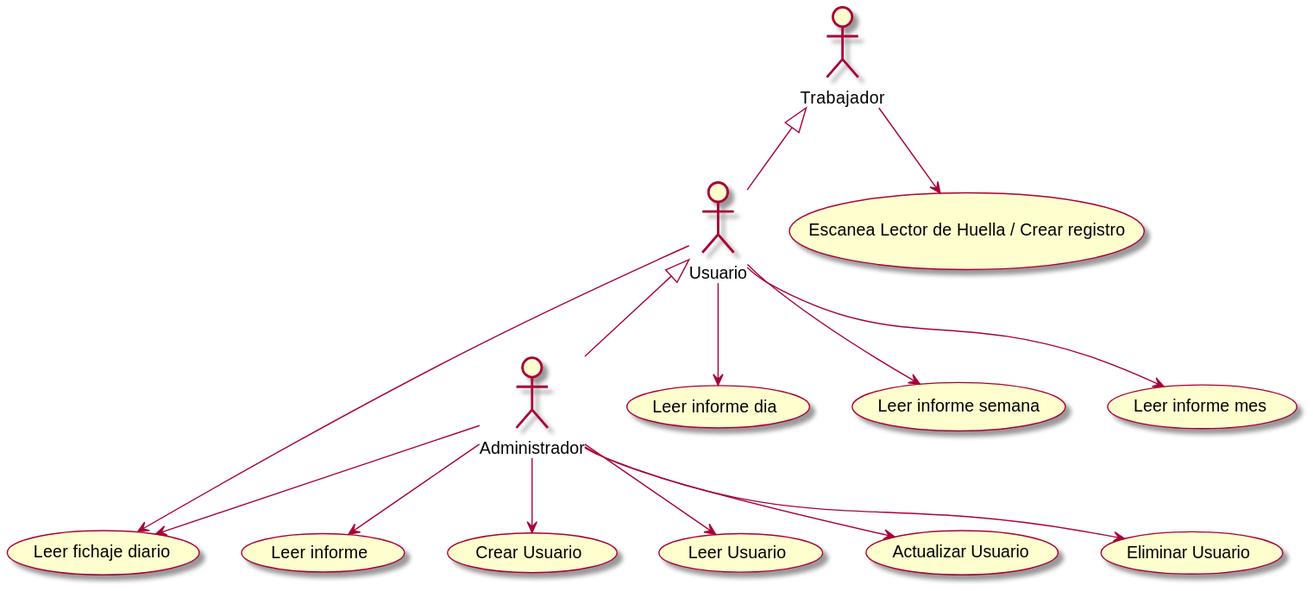
The PlantUML diagram imagenes/casosDeUso/diagramaCasosDeUso.svg in mmasias/23-24-IdSw1-SDR, before a commit.
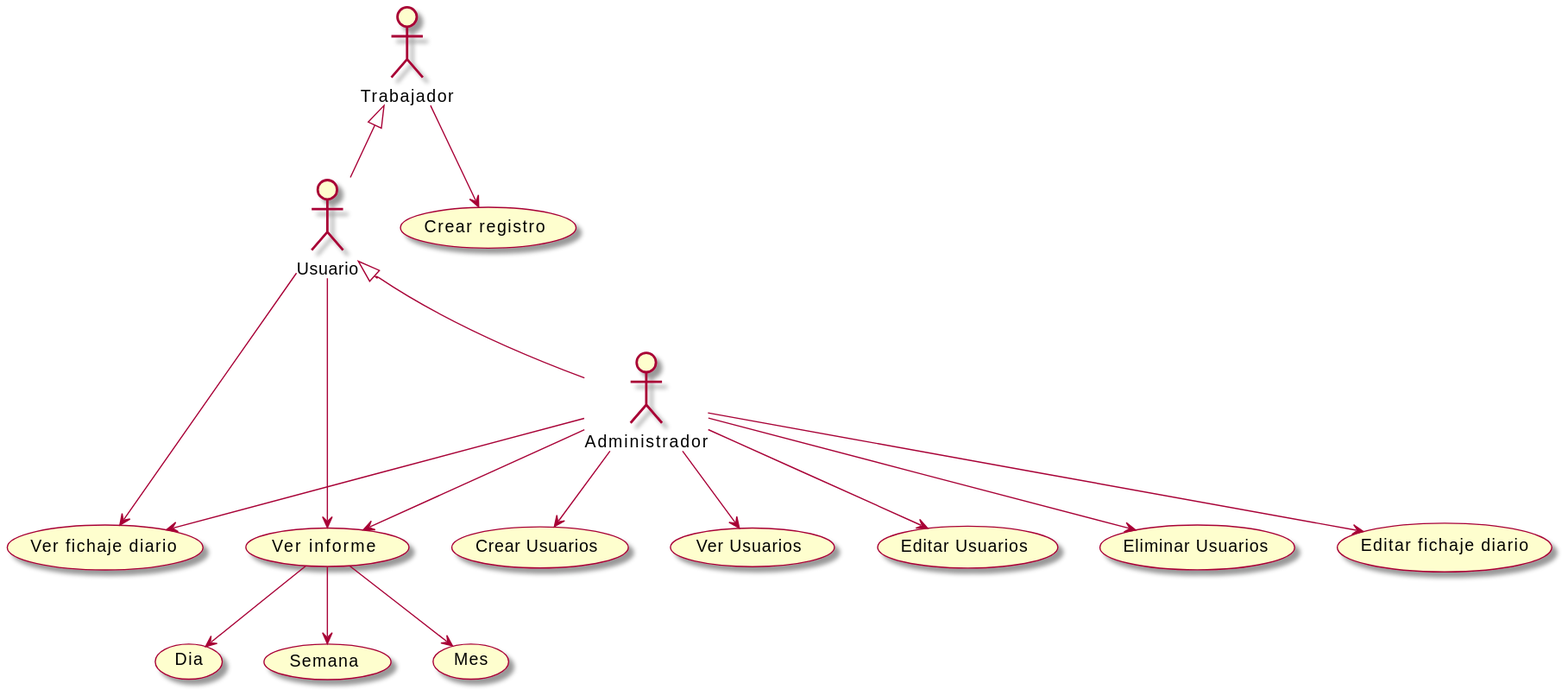
The same file after the commit.

Commit message:
añadiendo los nuevos diagramas de contexto y caso de uso

What changed in the source:
```diff
@@ -1,24 +1,25 @@
 @startuml
-
 skin rose
 
 Usuario -up-|> Trabajador
 Administrador -up-|> Usuario
 
-Trabajador --> (Escanea Lector de Huella / Crear registro)
+Trabajador --> (Crear registro)
 
-Usuario --> (Leer fichaje diario)
-Usuario --> (Leer informe dia)
-Usuario --> (Leer informe semana)
-Usuario --> (Leer informe mes)
+Usuario --> (Ver fichaje diario)
+Usuario --> (Ver informe)
 
-Administrador --> (Leer fichaje diario)
+Administrador --> (Ver fichaje diario)
+Administrador --> (Editar fichaje diario)
 
-Administrador --> (Leer informe)
+Administrador --> (Ver informe)
 
-Administrador --> (Crear Usuario)
-Administrador --> (Leer Usuario)
-Administrador --> (Actualizar Usuario)
-Administrador --> (Eliminar Usuario)
+Administrador --> (Crear Usuarios)
+Administrador --> (Ver Usuarios)
+Administrador --> (Editar Usuarios)
+Administrador --> (Eliminar Usuarios)
 
+(Ver informe) --> (Dia)
+(Ver informe) --> (Semana)
+(Ver informe) --> (Mes)
 @enduml
```
